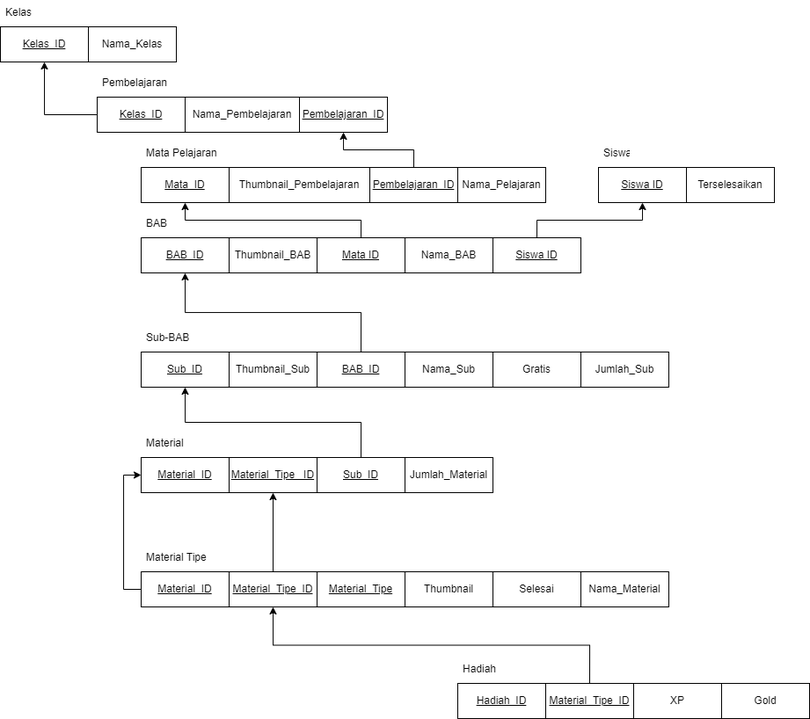
The draw.io diagram relational model Diagram.drawio.png in ardy-yusuf-wibawa/React-Bookbuzz, before a commit. Source tidied: cells renumbered, new cells last; positions are measured from the earlier drawing's top-left corner, leaving out a move shared by most shapes.
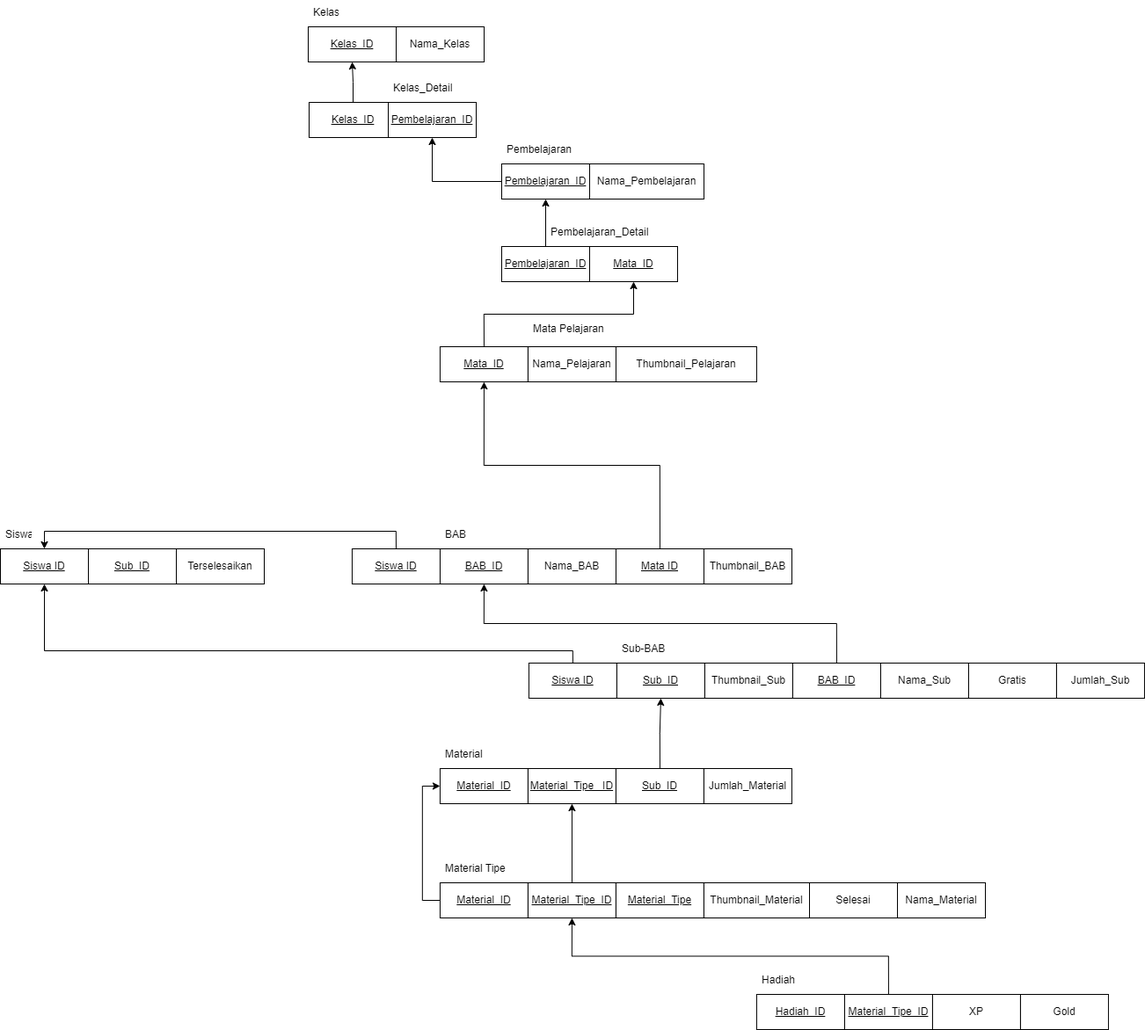
Later version of the same file.

Diff of the diagram source:
```diff
@@ -11,158 +11,190 @@
     <mxCell id="4" value="Kelas" style="text;strokeColor=none;fillColor=none;spacingLeft=4;spacingRight=4;overflow=hidden;fontSize=12;whiteSpace=wrap;html=1;" parent="1" vertex="1">
       <mxGeometry width="40" height="30" as="geometry" />
     </mxCell>
-    <mxCell id="5" style="edgeStyle=orthogonalEdgeStyle;rounded=0;jettySize=auto;html=1;exitX=0;exitY=0.5;exitDx=0;exitDy=0;entryX=0.5;entryY=1;entryDx=0;entryDy=0;" parent="1" edge="1" source="6" target="2">
+    <mxCell id="5" style="edgeStyle=orthogonalEdgeStyle;rounded=0;jettySize=auto;html=1;exitX=0.5;exitY=0;exitDx=0;exitDy=0;entryX=0.5;entryY=1;entryDx=0;entryDy=0;" parent="1" edge="1" source="6" target="2">
       <mxGeometry relative="1" as="geometry" />
     </mxCell>
     <mxCell id="6" value="Kelas_ID" style="whiteSpace=wrap;html=1;align=center;fontStyle=4;" parent="1" vertex="1">
-      <mxGeometry x="110" y="110" width="100" height="40" as="geometry" />
+      <mxGeometry x="1" y="116" width="100" height="40" as="geometry" />
     </mxCell>
     <mxCell id="7" value="Nama_Pembelajaran" style="whiteSpace=wrap;html=1;align=center;" parent="1" vertex="1">
-      <mxGeometry x="210" y="110" width="130" height="40" as="geometry" />
+      <mxGeometry x="320" y="186" width="130" height="40" as="geometry" />
     </mxCell>
     <mxCell id="8" value="Pembelajaran" style="text;strokeColor=none;fillColor=none;spacingLeft=4;spacingRight=4;overflow=hidden;fontSize=12;whiteSpace=wrap;html=1;" parent="1" vertex="1">
-      <mxGeometry x="110" y="80" width="100" height="30" as="geometry" />
+      <mxGeometry x="220" y="156" width="100" height="30" as="geometry" />
     </mxCell>
+    <mxCell id="56" style="edgeStyle=orthogonalEdgeStyle;rounded=0;jettySize=auto;html=1;exitX=0;exitY=0.5;exitDx=0;exitDy=0;entryX=0.5;entryY=1;entryDx=0;entryDy=0;" parent="1" edge="1" source="9" target="58">
+      <mxGeometry relative="1" as="geometry" />
+    </mxCell>
     <mxCell id="9" value="Pembelajaran_ID" style="whiteSpace=wrap;html=1;align=center;fontStyle=4;" parent="1" vertex="1">
-      <mxGeometry x="340" y="110" width="100" height="40" as="geometry" />
+      <mxGeometry x="220" y="186" width="100" height="40" as="geometry" />
     </mxCell>
+    <mxCell id="57" style="edgeStyle=orthogonalEdgeStyle;rounded=0;jettySize=auto;html=1;exitX=0.5;exitY=0;exitDx=0;exitDy=0;entryX=0.5;entryY=1;entryDx=0;entryDy=0;" parent="1" edge="1" source="10" target="60">
+      <mxGeometry relative="1" as="geometry" />
+    </mxCell>
     <mxCell id="10" value="Mata_ID" style="whiteSpace=wrap;html=1;align=center;fontStyle=4;" parent="1" vertex="1">
-      <mxGeometry x="160" y="190" width="100" height="40" as="geometry" />
+      <mxGeometry x="149.9" y="394" width="100" height="40" as="geometry" />
     </mxCell>
-    <mxCell id="11" value="Thumbnail_Pembelajaran" style="whiteSpace=wrap;html=1;align=center;" parent="1" vertex="1">
-      <mxGeometry x="260" y="190" width="160" height="40" as="geometry" />
+    <mxCell id="11" value="Thumbnail_Pelajaran" style="whiteSpace=wrap;html=1;align=center;" parent="1" vertex="1">
+      <mxGeometry x="349.9" y="394" width="160" height="40" as="geometry" />
     </mxCell>
     <mxCell id="12" style="edgeStyle=orthogonalEdgeStyle;rounded=0;jettySize=auto;html=1;exitX=0.5;exitY=0;exitDx=0;exitDy=0;" parent="1" edge="1" source="13" target="9">
       <mxGeometry relative="1" as="geometry" />
     </mxCell>
     <mxCell id="13" value="Pembelajaran_ID" style="whiteSpace=wrap;html=1;align=center;fontStyle=4;" parent="1" vertex="1">
-      <mxGeometry x="420" y="190" width="100" height="40" as="geometry" />
+      <mxGeometry x="220" y="280" width="100" height="40" as="geometry" />
     </mxCell>
     <mxCell id="14" value="Mata Pelajaran" style="text;strokeColor=none;fillColor=none;spacingLeft=4;spacingRight=4;overflow=hidden;fontSize=12;whiteSpace=wrap;html=1;" parent="1" vertex="1">
-      <mxGeometry x="160" y="160" width="100" height="30" as="geometry" />
+      <mxGeometry x="249.9" y="360" width="100" height="30" as="geometry" />
     </mxCell>
     <mxCell id="15" value="Nama_Pelajaran" style="whiteSpace=wrap;html=1;align=center;" parent="1" vertex="1">
-      <mxGeometry x="520" y="190" width="100" height="40" as="geometry" />
+      <mxGeometry x="249.9" y="394" width="100" height="40" as="geometry" />
     </mxCell>
     <mxCell id="16" value="BAB_ID" style="whiteSpace=wrap;html=1;align=center;fontStyle=4;" parent="1" vertex="1">
-      <mxGeometry x="160" y="270" width="100" height="40" as="geometry" />
+      <mxGeometry x="149.9" y="624" width="100" height="40" as="geometry" />
     </mxCell>
     <mxCell id="17" value="Thumbnail_BAB" style="whiteSpace=wrap;html=1;align=center;" parent="1" vertex="1">
-      <mxGeometry x="260" y="270" width="100" height="40" as="geometry" />
+      <mxGeometry x="450" y="624" width="100" height="40" as="geometry" />
     </mxCell>
     <mxCell id="18" style="edgeStyle=orthogonalEdgeStyle;rounded=0;jettySize=auto;html=1;exitX=0.5;exitY=0;exitDx=0;exitDy=0;entryX=0.5;entryY=1;entryDx=0;entryDy=0;" parent="1" edge="1" source="19" target="10">
       <mxGeometry relative="1" as="geometry" />
     </mxCell>
     <mxCell id="19" value="Mata ID" style="whiteSpace=wrap;html=1;align=center;fontStyle=4;" parent="1" vertex="1">
-      <mxGeometry x="360" y="270" width="100" height="40" as="geometry" />
+      <mxGeometry x="349.9" y="624" width="100" height="40" as="geometry" />
     </mxCell>
     <mxCell id="20" value="Nama_BAB" style="whiteSpace=wrap;html=1;align=center;" parent="1" vertex="1">
-      <mxGeometry x="460" y="270" width="100" height="40" as="geometry" />
+      <mxGeometry x="249.9" y="624" width="100" height="40" as="geometry" />
     </mxCell>
     <mxCell id="21" value="BAB" style="text;strokeColor=none;fillColor=none;spacingLeft=4;spacingRight=4;overflow=hidden;fontSize=12;whiteSpace=wrap;html=1;" parent="1" vertex="1">
-      <mxGeometry x="160" y="240" width="100" height="30" as="geometry" />
+      <mxGeometry x="149.9" y="594" width="100" height="30" as="geometry" />
     </mxCell>
     <mxCell id="22" style="edgeStyle=orthogonalEdgeStyle;rounded=0;jettySize=auto;html=1;exitX=0.5;exitY=0;exitDx=0;exitDy=0;entryX=0.5;entryY=1;entryDx=0;entryDy=0;" parent="1" edge="1" source="23" target="24">
-      <mxGeometry relative="1" as="geometry" />
+      <mxGeometry relative="1" as="geometry">
+        <Array as="points">
+          <mxPoint x="301" y="740" />
+          <mxPoint x="-300" y="740" />
+        </Array>
+      </mxGeometry>
     </mxCell>
     <mxCell id="23" value="Siswa ID" style="whiteSpace=wrap;html=1;align=center;fontStyle=4;" parent="1" vertex="1">
-      <mxGeometry x="560" y="270" width="100" height="40" as="geometry" />
+      <mxGeometry x="250.9" y="754" width="100" height="40" as="geometry" />
     </mxCell>
     <mxCell id="24" value="Siswa ID" style="whiteSpace=wrap;html=1;align=center;fontStyle=4;" parent="1" vertex="1">
-      <mxGeometry x="680" y="190" width="100" height="40" as="geometry" />
+      <mxGeometry x="-350" y="624" width="100" height="40" as="geometry" />
     </mxCell>
     <mxCell id="25" value="Terselesaikan" style="whiteSpace=wrap;html=1;align=center;" parent="1" vertex="1">
-      <mxGeometry x="780" y="190" width="100" height="40" as="geometry" />
+      <mxGeometry x="-150" y="624" width="100" height="40" as="geometry" />
     </mxCell>
     <mxCell id="26" value="Siswa" style="text;strokeColor=none;fillColor=none;spacingLeft=4;spacingRight=4;overflow=hidden;fontSize=12;whiteSpace=wrap;html=1;" parent="1" vertex="1">
-      <mxGeometry x="680" y="160" width="40" height="30" as="geometry" />
+      <mxGeometry x="-350" y="594" width="40" height="30" as="geometry" />
     </mxCell>
     <mxCell id="27" value="Sub_ID" style="whiteSpace=wrap;html=1;align=center;fontStyle=4;" parent="1" vertex="1">
-      <mxGeometry x="160" y="400" width="100" height="40" as="geometry" />
+      <mxGeometry x="350.9" y="754" width="100" height="40" as="geometry" />
     </mxCell>
     <mxCell id="28" value="Thumbnail_Sub" style="whiteSpace=wrap;html=1;align=center;" parent="1" vertex="1">
-      <mxGeometry x="260" y="400" width="100" height="40" as="geometry" />
+      <mxGeometry x="450.9" y="754" width="100" height="40" as="geometry" />
     </mxCell>
     <mxCell id="29" style="edgeStyle=orthogonalEdgeStyle;rounded=0;jettySize=auto;html=1;exitX=0.5;exitY=0;exitDx=0;exitDy=0;entryX=0.5;entryY=1;entryDx=0;entryDy=0;" parent="1" edge="1" source="30" target="16">
       <mxGeometry relative="1" as="geometry" />
     </mxCell>
     <mxCell id="30" value="BAB_ID" style="whiteSpace=wrap;html=1;align=center;fontStyle=4;" parent="1" vertex="1">
-      <mxGeometry x="360" y="400" width="100" height="40" as="geometry" />
+      <mxGeometry x="550.9" y="754" width="100" height="40" as="geometry" />
     </mxCell>
     <mxCell id="31" value="Nama_Sub" style="whiteSpace=wrap;html=1;align=center;" parent="1" vertex="1">
-      <mxGeometry x="460" y="400" width="100" height="40" as="geometry" />
+      <mxGeometry x="650.9" y="754" width="100" height="40" as="geometry" />
     </mxCell>
     <mxCell id="32" value="Sub-BAB" style="text;strokeColor=none;fillColor=none;spacingLeft=4;spacingRight=4;overflow=hidden;fontSize=12;whiteSpace=wrap;html=1;" parent="1" vertex="1">
-      <mxGeometry x="160" y="370" width="100" height="30" as="geometry" />
+      <mxGeometry x="350.9" y="724" width="100" height="30" as="geometry" />
     </mxCell>
     <mxCell id="33" value="Gratis" style="whiteSpace=wrap;html=1;align=center;" parent="1" vertex="1">
-      <mxGeometry x="560" y="400" width="100" height="40" as="geometry" />
+      <mxGeometry x="750.9" y="754" width="100" height="40" as="geometry" />
     </mxCell>
     <mxCell id="34" value="Material_ID" style="whiteSpace=wrap;html=1;align=center;fontStyle=4;" parent="1" vertex="1">
-      <mxGeometry x="160" y="520" width="100" height="40" as="geometry" />
+      <mxGeometry x="149.9" y="874" width="100" height="40" as="geometry" />
     </mxCell>
     <mxCell id="35" value="&lt;u&gt;Material_Tipe _ID&lt;/u&gt;" style="whiteSpace=wrap;html=1;align=center;" parent="1" vertex="1">
-      <mxGeometry x="260" y="520" width="100" height="40" as="geometry" />
+      <mxGeometry x="249.9" y="874" width="100" height="40" as="geometry" />
     </mxCell>
     <mxCell id="36" style="edgeStyle=orthogonalEdgeStyle;rounded=0;jettySize=auto;html=1;exitX=0.5;exitY=0;exitDx=0;exitDy=0;entryX=0.5;entryY=1;entryDx=0;entryDy=0;" parent="1" edge="1" source="37" target="27">
       <mxGeometry relative="1" as="geometry" />
     </mxCell>
     <mxCell id="37" value="Sub_ID" style="whiteSpace=wrap;html=1;align=center;fontStyle=4;" parent="1" vertex="1">
-      <mxGeometry x="360" y="520" width="100" height="40" as="geometry" />
+      <mxGeometry x="349.9" y="874" width="100" height="40" as="geometry" />
     </mxCell>
     <mxCell id="38" value="Jumlah_Material" style="whiteSpace=wrap;html=1;align=center;" parent="1" vertex="1">
-      <mxGeometry x="460" y="520" width="100" height="40" as="geometry" />
+      <mxGeometry x="449.9" y="874" width="100" height="40" as="geometry" />
     </mxCell>
     <mxCell id="39" value="Material" style="text;strokeColor=none;fillColor=none;spacingLeft=4;spacingRight=4;overflow=hidden;fontSize=12;whiteSpace=wrap;html=1;" parent="1" vertex="1">
-      <mxGeometry x="160" y="490" width="100" height="30" as="geometry" />
+      <mxGeometry x="149.9" y="844" width="100" height="30" as="geometry" />
     </mxCell>
     <mxCell id="40" value="Jumlah_Sub" style="whiteSpace=wrap;html=1;align=center;" parent="1" vertex="1">
-      <mxGeometry x="660" y="400" width="100" height="40" as="geometry" />
+      <mxGeometry x="850.9" y="754" width="100" height="40" as="geometry" />
     </mxCell>
     <mxCell id="41" style="edgeStyle=orthogonalEdgeStyle;rounded=0;jettySize=auto;html=1;exitX=0;exitY=0.5;exitDx=0;exitDy=0;entryX=0;entryY=0.5;entryDx=0;entryDy=0;" parent="1" edge="1" source="42" target="34">
       <mxGeometry relative="1" as="geometry" />
     </mxCell>
     <mxCell id="42" value="Material_ID" style="whiteSpace=wrap;html=1;align=center;fontStyle=4;" parent="1" vertex="1">
-      <mxGeometry x="160" y="650" width="100" height="40" as="geometry" />
+      <mxGeometry x="149.9" y="1004" width="100" height="40" as="geometry" />
     </mxCell>
     <mxCell id="43" style="edgeStyle=orthogonalEdgeStyle;rounded=0;jettySize=auto;html=1;exitX=0.5;exitY=0;exitDx=0;exitDy=0;entryX=0.5;entryY=1;entryDx=0;entryDy=0;" parent="1" edge="1" source="44" target="35">
       <mxGeometry relative="1" as="geometry" />
     </mxCell>
     <mxCell id="44" value="&lt;u&gt;Material_Tipe_ID&lt;/u&gt;" style="whiteSpace=wrap;html=1;align=center;" parent="1" vertex="1">
-      <mxGeometry x="260" y="650" width="100" height="40" as="geometry" />
+      <mxGeometry x="249.9" y="1004" width="100" height="40" as="geometry" />
     </mxCell>
     <mxCell id="45" value="Material_Tipe" style="whiteSpace=wrap;html=1;align=center;fontStyle=4;" parent="1" vertex="1">
-      <mxGeometry x="360" y="650" width="100" height="40" as="geometry" />
+      <mxGeometry x="349.9" y="1004" width="100" height="40" as="geometry" />
     </mxCell>
-    <mxCell id="46" value="Thumbnail" style="whiteSpace=wrap;html=1;align=center;" parent="1" vertex="1">
-      <mxGeometry x="460" y="650" width="100" height="40" as="geometry" />
+    <mxCell id="46" value="Thumbnail_Material" style="whiteSpace=wrap;html=1;align=center;" parent="1" vertex="1">
+      <mxGeometry x="449.9" y="1004" width="120.1" height="40" as="geometry" />
     </mxCell>
     <mxCell id="47" value="Material Tipe" style="text;strokeColor=none;fillColor=none;spacingLeft=4;spacingRight=4;overflow=hidden;fontSize=12;whiteSpace=wrap;html=1;" parent="1" vertex="1">
-      <mxGeometry x="160" y="620" width="100" height="30" as="geometry" />
+      <mxGeometry x="149.9" y="974" width="100" height="30" as="geometry" />
     </mxCell>
     <mxCell id="48" value="Selesai" style="whiteSpace=wrap;html=1;align=center;" parent="1" vertex="1">
-      <mxGeometry x="560" y="650" width="100" height="40" as="geometry" />
+      <mxGeometry x="570" y="1004" width="100" height="40" as="geometry" />
     </mxCell>
     <mxCell id="49" value="Nama_Material" style="whiteSpace=wrap;html=1;align=center;" parent="1" vertex="1">
-      <mxGeometry x="660" y="650" width="100" height="40" as="geometry" />
+      <mxGeometry x="670" y="1004" width="100" height="40" as="geometry" />
     </mxCell>
     <mxCell id="50" value="Hadiah_ID" style="whiteSpace=wrap;html=1;align=center;fontStyle=4;" parent="1" vertex="1">
-      <mxGeometry x="520" y="777" width="100" height="40" as="geometry" />
+      <mxGeometry x="509.9" y="1131" width="100" height="40" as="geometry" />
     </mxCell>
     <mxCell id="51" style="edgeStyle=orthogonalEdgeStyle;rounded=0;jettySize=auto;html=1;exitX=0.5;exitY=0;exitDx=0;exitDy=0;entryX=0.5;entryY=1;entryDx=0;entryDy=0;" parent="1" edge="1" source="52" target="44">
       <mxGeometry relative="1" as="geometry" />
     </mxCell>
     <mxCell id="52" value="&lt;u&gt;Material_Tipe_ID&lt;/u&gt;" style="whiteSpace=wrap;html=1;align=center;" parent="1" vertex="1">
-      <mxGeometry x="620" y="777" width="100" height="40" as="geometry" />
+      <mxGeometry x="609.9" y="1131" width="100" height="40" as="geometry" />
     </mxCell>
     <mxCell id="53" value="XP" style="whiteSpace=wrap;html=1;align=center;fontStyle=0;" parent="1" vertex="1">
-      <mxGeometry x="720" y="777" width="100" height="40" as="geometry" />
+      <mxGeometry x="709.9" y="1131" width="100" height="40" as="geometry" />
     </mxCell>
     <mxCell id="54" value="Gold" style="whiteSpace=wrap;html=1;align=center;" parent="1" vertex="1">
-      <mxGeometry x="820" y="777" width="100" height="40" as="geometry" />
+      <mxGeometry x="809.9" y="1131" width="100" height="40" as="geometry" />
     </mxCell>
     <mxCell id="55" value="Hadiah" style="text;strokeColor=none;fillColor=none;spacingLeft=4;spacingRight=4;overflow=hidden;fontSize=12;whiteSpace=wrap;html=1;" parent="1" vertex="1">
-      <mxGeometry x="520" y="747" width="100" height="30" as="geometry" />
+      <mxGeometry x="509.9" y="1101" width="100" height="30" as="geometry" />
     </mxCell>
+    <mxCell id="58" value="Pembelajaran_ID" style="whiteSpace=wrap;html=1;align=center;fontStyle=4;" parent="1" vertex="1">
+      <mxGeometry x="91" y="116" width="100" height="40" as="geometry" />
+    </mxCell>
+    <mxCell id="59" value="Kelas_Detail" style="text;strokeColor=none;fillColor=none;spacingLeft=4;spacingRight=4;overflow=hidden;fontSize=12;whiteSpace=wrap;html=1;" parent="1" vertex="1">
+      <mxGeometry x="91" y="86" width="99" height="30" as="geometry" />
+    </mxCell>
+    <mxCell id="60" value="Mata_ID" style="whiteSpace=wrap;html=1;align=center;fontStyle=4;" parent="1" vertex="1">
+      <mxGeometry x="320" y="280" width="100" height="40" as="geometry" />
+    </mxCell>
+    <mxCell id="61" value="Pembelajaran_Detail" style="text;strokeColor=none;fillColor=none;spacingLeft=4;spacingRight=4;overflow=hidden;fontSize=12;whiteSpace=wrap;html=1;" parent="1" vertex="1">
+      <mxGeometry x="270" y="250" width="150" height="30" as="geometry" />
+    </mxCell>
+    <mxCell id="62" value="Sub_ID" style="whiteSpace=wrap;html=1;align=center;fontStyle=4;" parent="1" vertex="1">
+      <mxGeometry x="-250" y="624" width="100" height="40" as="geometry" />
+    </mxCell>
+    <mxCell id="63" style="edgeStyle=orthogonalEdgeStyle;rounded=0;jettySize=auto;html=1;exitX=0.5;exitY=0;exitDx=0;exitDy=0;entryX=0.5;entryY=0;entryDx=0;entryDy=0;" parent="1" edge="1" source="64" target="24">
+      <mxGeometry relative="1" as="geometry" />
+    </mxCell>
+    <mxCell id="64" value="Siswa ID" style="whiteSpace=wrap;html=1;align=center;fontStyle=4;" parent="1" vertex="1">
+      <mxGeometry x="49.9" y="624" width="100" height="40" as="geometry" />
+    </mxCell>
   </root>
 </mxGraphModel>
```
